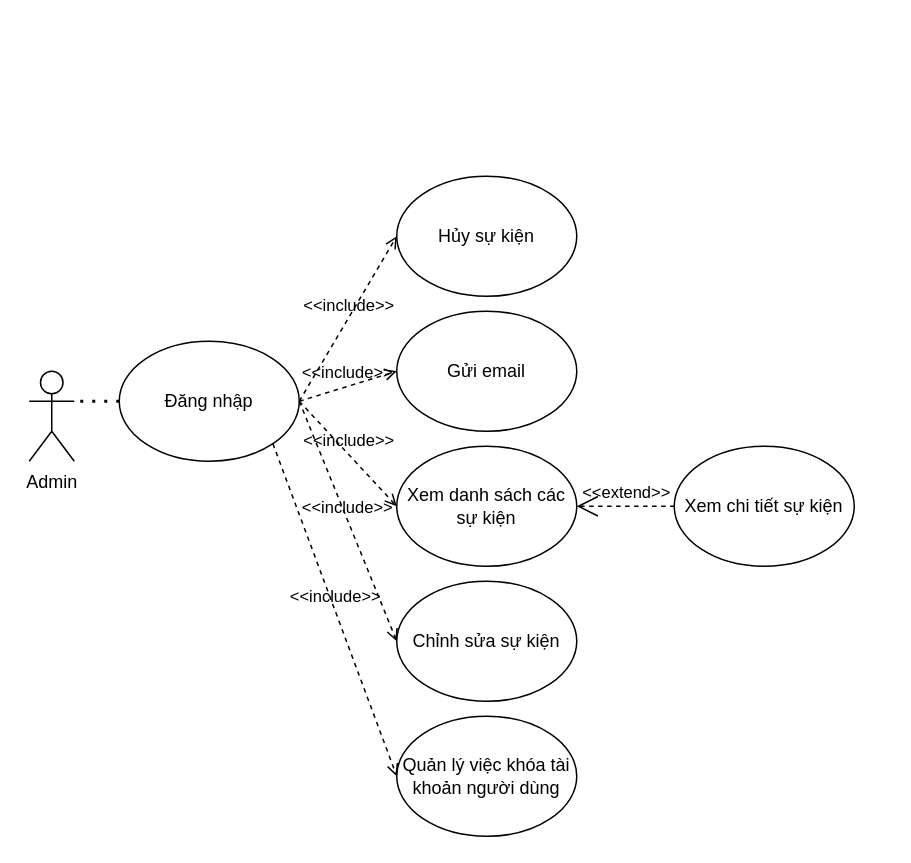
Before: page "Admin" (2 of 7) of Untitled Diagram.drawio in Donace-Project/.github, a draw.io diagram. Source tidied: cells renumbered, new cells numbered last; positions are measured from the earlier drawing's top-left corner, leaving out a move shared by most shapes. Both pictures are drawn from the tidied source at 150%, with x=0, y=0 at pixel (28, 176).
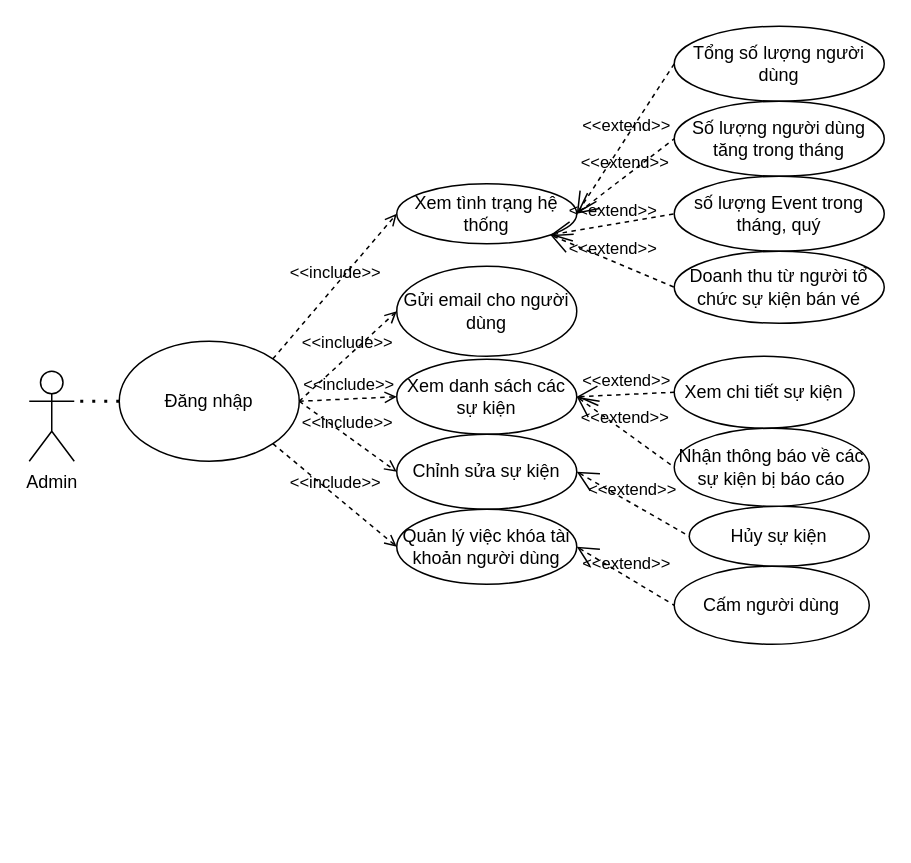
The same diagram, later.

Unchanged cells that the change refers to:
```xml
<mxCell id="7" value="Đăng nhập" style="ellipse;whiteSpace=wrap;html=1;" parent="1" vertex="1">
  <mxGeometry x="60" y="110" width="120" height="80" as="geometry" />
</mxCell>
```

What changed in the source:
```diff
@@
     <mxCell id="2" value="Xem chi tiết sự kiện" style="ellipse;whiteSpace=wrap;html=1;" parent="1" vertex="1">
-      <mxGeometry x="430" y="180" width="120" height="80" as="geometry" />
+      <mxGeometry x="430" y="120" width="120" height="48" as="geometry" />
     </mxCell>
     <mxCell id="3" value="Hủy sự kiện" style="ellipse;whiteSpace=wrap;html=1;" parent="1" vertex="1">
-      <mxGeometry x="245" width="120" height="80" as="geometry" />
+      <mxGeometry x="440" y="220" width="120" height="40" as="geometry" />
     </mxCell>
-    <mxCell id="4" value="Gửi email" style="ellipse;whiteSpace=wrap;html=1;" parent="1" vertex="1">
-      <mxGeometry x="245" y="90" width="120" height="80" as="geometry" />
+    <mxCell id="4" value="Gửi email cho người dùng" style="ellipse;whiteSpace=wrap;html=1;" parent="1" vertex="1">
+      <mxGeometry x="245" y="60" width="120" height="60" as="geometry" />
     </mxCell>
     <mxCell id="5" value="Xem danh sách các sự kiện" style="ellipse;whiteSpace=wrap;html=1;" parent="1" vertex="1">
-      <mxGeometry x="245" y="180" width="120" height="80" as="geometry" />
+      <mxGeometry x="245" y="122" width="120" height="50" as="geometry" />
     </mxCell>
     <mxCell id="6" value="Chỉnh sửa sự kiện" style="ellipse;whiteSpace=wrap;html=1;" parent="1" vertex="1">
-      <mxGeometry x="245" y="270" width="120" height="80" as="geometry" />
+      <mxGeometry x="245" y="172" width="120" height="50" as="geometry" />
     </mxCell>
@@
-    <mxCell id="8" value="&amp;lt;&amp;lt;include&amp;gt;&amp;gt;" style="edgeStyle=none;html=1;endArrow=open;verticalAlign=bottom;dashed=1;labelBackgroundColor=none;rounded=0;entryX=0;entryY=0.5;entryDx=0;entryDy=0;exitX=1;exitY=0.5;exitDx=0;exitDy=0;" parent="1" edge="1" source="7" target="3">
-      <mxGeometry relative="1" as="geometry" />
-    </mxCell>
@@
     <mxCell id="15" value="Quản lý việc khóa tài khoản người dùng" style="ellipse;whiteSpace=wrap;html=1;" parent="1" vertex="1">
-      <mxGeometry x="245" y="360" width="120" height="80" as="geometry" />
+      <mxGeometry x="245" y="222" width="120" height="50" as="geometry" />
     </mxCell>
@@
+    <mxCell id="17" value="Xem tình trạng hệ thống" style="ellipse;whiteSpace=wrap;html=1;" parent="1" vertex="1">
+      <mxGeometry x="245" y="5" width="120" height="40" as="geometry" />
+    </mxCell>
+    <mxCell id="8" value="&amp;lt;&amp;lt;include&amp;gt;&amp;gt;" style="edgeStyle=none;html=1;endArrow=open;verticalAlign=bottom;dashed=1;labelBackgroundColor=none;rounded=0;entryX=0;entryY=0.5;entryDx=0;entryDy=0;exitX=1;exitY=0;exitDx=0;exitDy=0;" parent="1" edge="1" source="7" target="17">
+      <mxGeometry relative="1" as="geometry" />
+    </mxCell>
+    <mxCell id="18" value="Tổng số lượng người dùng" style="ellipse;whiteSpace=wrap;html=1;" parent="1" vertex="1">
+      <mxGeometry x="430" y="-100" width="140" height="50" as="geometry" />
+    </mxCell>
+    <mxCell id="19" value="&amp;lt;&amp;lt;extend&amp;gt;&amp;gt;" style="edgeStyle=none;html=1;startArrow=open;endArrow=none;startSize=12;verticalAlign=bottom;dashed=1;labelBackgroundColor=none;rounded=0;entryX=0;entryY=0.5;entryDx=0;entryDy=0;exitX=1;exitY=0.5;exitDx=0;exitDy=0;" parent="1" edge="1" source="17" target="18">
+      <mxGeometry relative="1" as="geometry" />
+    </mxCell>
+    <mxCell id="20" value="Số lượng người dùng tăng trong tháng" style="ellipse;whiteSpace=wrap;html=1;" parent="1" vertex="1">
+      <mxGeometry x="430" y="-50" width="140" height="50" as="geometry" />
+    </mxCell>
+    <mxCell id="21" value="&amp;lt;&amp;lt;extend&amp;gt;&amp;gt;" style="edgeStyle=none;html=1;startArrow=open;endArrow=none;startSize=12;verticalAlign=bottom;dashed=1;labelBackgroundColor=none;rounded=0;entryX=0;entryY=0.5;entryDx=0;entryDy=0;exitX=1;exitY=0.5;exitDx=0;exitDy=0;" parent="1" edge="1" source="17" target="20">
+      <mxGeometry relative="1" as="geometry" />
+    </mxCell>
+    <mxCell id="22" value="số lượng Event trong tháng, quý" style="ellipse;whiteSpace=wrap;html=1;" parent="1" vertex="1">
+      <mxGeometry x="430" width="140" height="50" as="geometry" />
+    </mxCell>
+    <mxCell id="23" value="&amp;lt;&amp;lt;extend&amp;gt;&amp;gt;" style="edgeStyle=none;html=1;startArrow=open;endArrow=none;startSize=12;verticalAlign=bottom;dashed=1;labelBackgroundColor=none;rounded=0;entryX=0;entryY=0.5;entryDx=0;entryDy=0;exitX=1;exitY=1;exitDx=0;exitDy=0;" parent="1" edge="1" source="17" target="22">
+      <mxGeometry relative="1" as="geometry" />
+    </mxCell>
+    <mxCell id="24" value="Doanh thu từ người tổ chức sự kiện bán vé" style="ellipse;whiteSpace=wrap;html=1;" parent="1" vertex="1">
+      <mxGeometry x="430" y="50" width="140" height="48" as="geometry" />
+    </mxCell>
+    <mxCell id="25" value="&amp;lt;&amp;lt;extend&amp;gt;&amp;gt;" style="edgeStyle=none;html=1;startArrow=open;endArrow=none;startSize=12;verticalAlign=bottom;dashed=1;labelBackgroundColor=none;rounded=0;entryX=0;entryY=0.5;entryDx=0;entryDy=0;exitX=1;exitY=1;exitDx=0;exitDy=0;" parent="1" edge="1" source="17" target="24">
+      <mxGeometry relative="1" as="geometry" />
+    </mxCell>
+    <mxCell id="26" value="Nhận thông báo về các sự kiện bị báo cáo" style="ellipse;whiteSpace=wrap;html=1;" parent="1" vertex="1">
+      <mxGeometry x="430" y="168" width="130" height="52" as="geometry" />
+    </mxCell>
+    <mxCell id="27" value="&amp;lt;&amp;lt;extend&amp;gt;&amp;gt;" style="edgeStyle=none;html=1;startArrow=open;endArrow=none;startSize=12;verticalAlign=bottom;dashed=1;labelBackgroundColor=none;rounded=0;exitX=1;exitY=0.5;exitDx=0;exitDy=0;entryX=0;entryY=0.5;entryDx=0;entryDy=0;" parent="1" edge="1" source="5" target="26">
+      <mxGeometry relative="1" as="geometry" />
+    </mxCell>
+    <mxCell id="28" value="Cấm người dùng" style="ellipse;whiteSpace=wrap;html=1;" parent="1" vertex="1">
+      <mxGeometry x="430" y="260" width="130" height="52" as="geometry" />
+    </mxCell>
+    <mxCell id="29" value="&amp;lt;&amp;lt;extend&amp;gt;&amp;gt;" style="edgeStyle=none;html=1;startArrow=open;endArrow=none;startSize=12;verticalAlign=bottom;dashed=1;labelBackgroundColor=none;rounded=0;exitX=1;exitY=0.5;exitDx=0;exitDy=0;entryX=0;entryY=0.5;entryDx=0;entryDy=0;" parent="1" edge="1" source="15" target="28">
+      <mxGeometry relative="1" as="geometry" />
+    </mxCell>
+    <mxCell id="30" value="&amp;lt;&amp;lt;extend&amp;gt;&amp;gt;" style="edgeStyle=none;html=1;startArrow=open;endArrow=none;startSize=12;verticalAlign=bottom;dashed=1;labelBackgroundColor=none;rounded=0;exitX=1;exitY=0.5;exitDx=0;exitDy=0;entryX=0;entryY=0.5;entryDx=0;entryDy=0;" parent="1" edge="1" source="6" target="3">
+      <mxGeometry relative="1" as="geometry" />
+    </mxCell>
```
